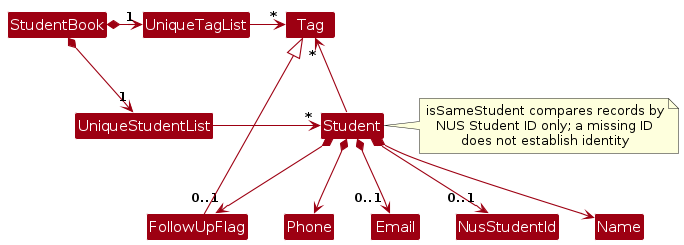
The PlantUML diagram diagrams/BetterModelClassDiagram.png in AY2627S1-CS2103T-T16-1/tp, before a commit. Its source is kept beside it as diagrams/BetterModelClassDiagram.puml.
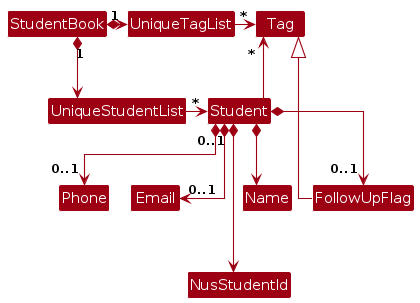
The same file after the commit.

What changed in the source:
```diff
@@ -1,5 +1,7 @@
 @startuml
 !include style.puml
+skinparam linetype ortho
+skinparam nodesep 20
 skinparam arrowThickness 1.1
 skinparam arrowColor MODEL_COLOR
 skinparam classBackgroundColor MODEL_COLOR
@@ -14,15 +16,10 @@
 Student -up-> "*" Tag
 
 Student *--> Name
-Student *--> Phone
+Student *--> "0..1" Phone
 Student *--> "0..1" Email
 Student *--> "0..1" NusStudentId
 Student *--> "0..1" FollowUpFlag
 FollowUpFlag --|> Tag
-
-note right of Student
-  isSameStudent compares records by
-  NUS Student ID only; a missing ID
-  does not establish identity
-end note
+Name -[hidden]down- NusStudentId
 @enduml
```
